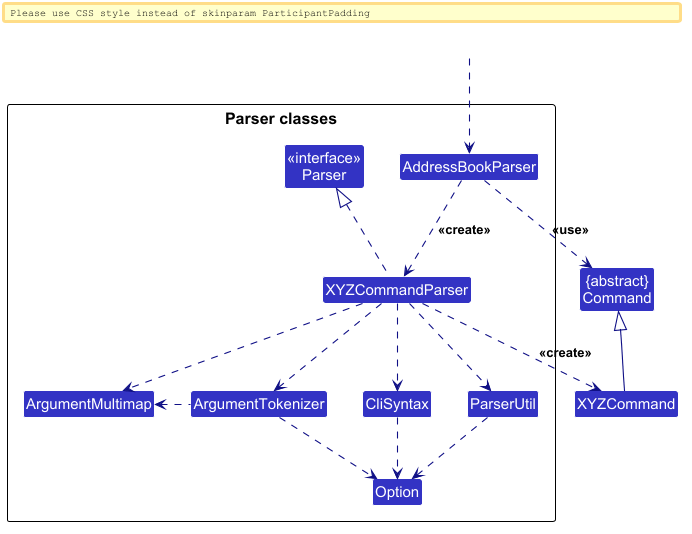
This is docs/images/ParserClasses.png from AY2627S1-CS2103T-T14-3/tp, a PlantUML export, as it was before one commit. Source of this version:
```plantuml
@startuml
!include style.puml
skinparam arrowThickness 1.1
skinparam arrowColor LOGIC_COLOR_T4
skinparam classBackgroundColor LOGIC_COLOR

Class "{abstract}\nCommand" as Command
Class XYZCommand

package "Parser classes"{
Class "<<interface>>\nParser" as Parser
Class AddressBookParser
Class XYZCommandParser
Class CliSyntax
Class ParserUtil
Class ArgumentMultimap
Class ArgumentTokenizer
Class Option
}

Class HiddenOutside #FFFFFF
HiddenOutside ..> AddressBookParser

AddressBookParser .down.> XYZCommandParser: <<create>>

XYZCommandParser ..> XYZCommand : <<create>>
AddressBookParser ..> Command : <<use>>
XYZCommandParser .up.|> Parser
XYZCommandParser ..> ArgumentMultimap
XYZCommandParser ..> ArgumentTokenizer
ArgumentTokenizer .left.> ArgumentMultimap
XYZCommandParser ..> CliSyntax
CliSyntax ..> Option
XYZCommandParser ..> ParserUtil
ParserUtil .down.> Option
ArgumentTokenizer .down.> Option
XYZCommand -up-|> Command
@enduml
```
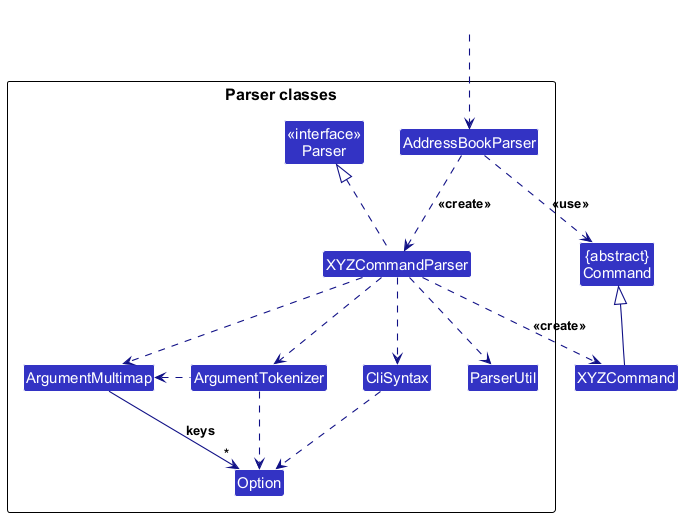
The same diagram one commit later.

What changed in the source:
```diff
@@ -32,7 +32,7 @@
 XYZCommandParser ..> CliSyntax
 CliSyntax ..> Option
 XYZCommandParser ..> ParserUtil
-ParserUtil .down.> Option
+ArgumentMultimap --> "*" Option : keys
 ArgumentTokenizer .down.> Option
 XYZCommand -up-|> Command
 @enduml
```
